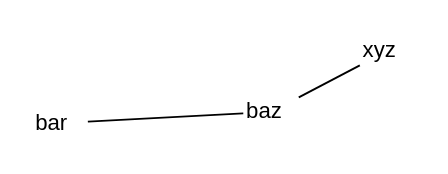
Before: page "Tab 2" (2 of 2) of data/test.drawio in JesseAldridge/drawio-plus, a draw.io diagram. Source tidied: cells renumbered, new cells numbered last; positions are measured from the earlier drawing's top-left corner, leaving out a move shared by most shapes. Both pictures are drawn from the tidied source at 185%, with x=0, y=0 at pixel (31, 31).
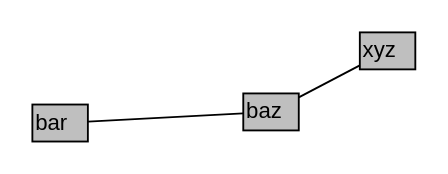
Above is the later version.

What changed in the source:
```diff
@@
 <mxGraphModel>
   <root>
     <mxCell id="0" />
     <mxCell id="1" parent="0" />
-    <mxCell id="2" value="bar" style="text;html=1;points=[];align=left;verticalAlign=top;spacingTop=-4;" parent="1" vertex="1">
+    <mxCell id="2" value="bar" style="text=;html=1;points=[];align=left;verticalAlign=top;spacingTop=-4;fillColor=#bfbfbf;" parent="1" vertex="1">
       <mxGeometry y="39" width="30" height="20" as="geometry" />
     </mxCell>
-    <mxCell id="3" value="baz" style="text;html=1;points=[];align=left;verticalAlign=top;spacingTop=-4;" parent="1" vertex="1">
+    <mxCell id="3" value="baz" style="text=;html=1;points=[];align=left;verticalAlign=top;spacingTop=-4;fillColor=#bfbfbf;" parent="1" vertex="1">
       <mxGeometry x="114" y="33" width="30" height="20" as="geometry" />
     </mxCell>
-    <mxCell id="4" value="xyz" style="text;html=1;points=[];align=left;verticalAlign=top;spacingTop=-4;" parent="1" vertex="1">
+    <mxCell id="4" value="xyz" style="text=;html=1;points=[];align=left;verticalAlign=top;spacingTop=-4;fillColor=#bfbfbf;" parent="1" vertex="1">
       <mxGeometry x="177" width="30" height="20" as="geometry" />
     </mxCell>
-    <mxCell id="5" style="endArrow=none;html=1;" parent="1" edge="1" source="2" target="3">
+    <mxCell id="5" style="endArrow=none;html=1;fillColor=#ff0000;" parent="1" edge="1" source="2" target="3">
       <mxGeometry relative="1" as="geometry" />
     </mxCell>
-    <mxCell id="6" style="endArrow=none;html=1;" parent="1" edge="1" source="3" target="4">
+    <mxCell id="6" style="endArrow=none;html=1;fillColor=#ff0000;" parent="1" edge="1" source="3" target="4">
       <mxGeometry relative="1" as="geometry" />
     </mxCell>
   </root>
 </mxGraphModel>
```
